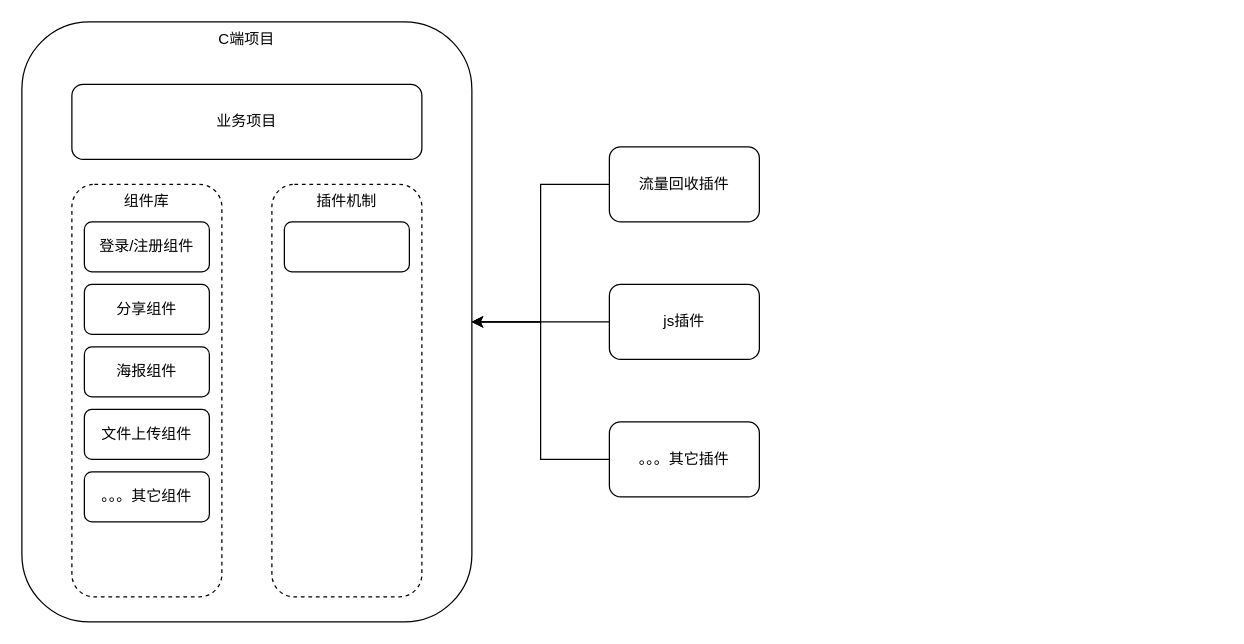
Earlier version of the draw.io diagram fe plugin.drawio (nicejacket/uml). Source tidied: cells renumbered, new cells numbered last; positions are measured from the earlier drawing's top-left corner, leaving out a move shared by most shapes. Both pictures are drawn from the tidied source at 125%, with x=0, y=0 at pixel (21, 21).
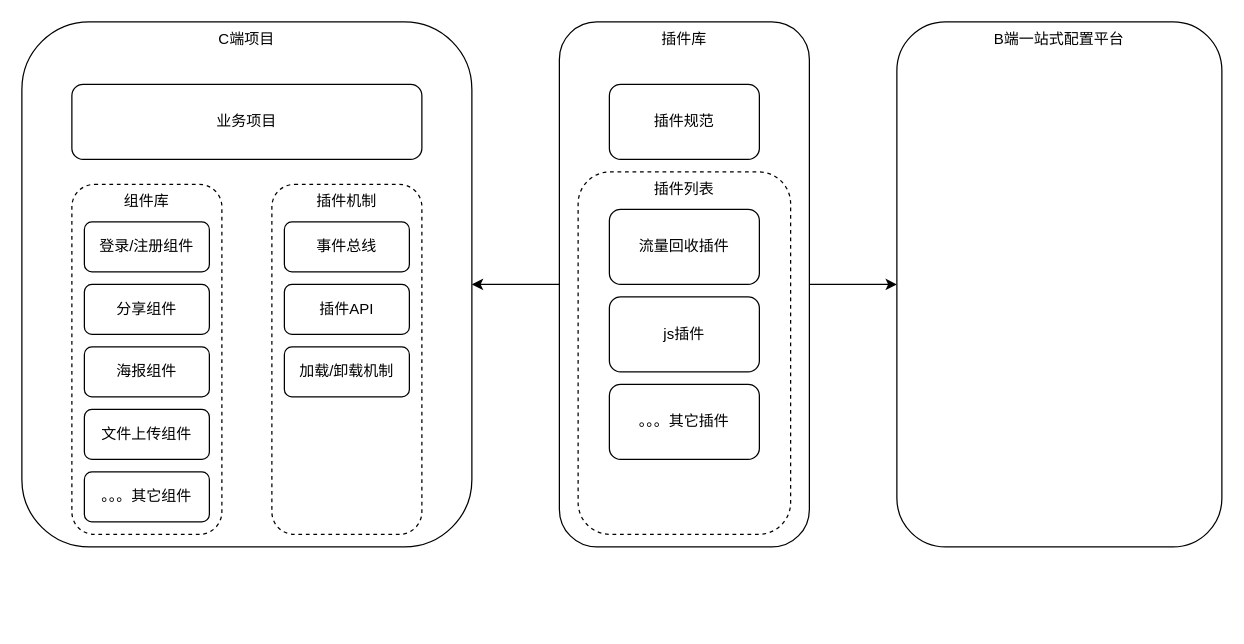
Above is the later version.

Diff of the diagram source:
```diff
@@
     <mxCell id="2" value="C端项目" style="rounded=1;whiteSpace=wrap;html=1;verticalAlign=top;" parent="1" vertex="1">
-      <mxGeometry width="360" height="480" as="geometry" />
+      <mxGeometry width="360" height="420" as="geometry" />
     </mxCell>
@@
     <mxCell id="4" value="组件库" style="rounded=1;whiteSpace=wrap;html=1;dashed=1;verticalAlign=top;" parent="1" vertex="1">
-      <mxGeometry x="40" y="130" width="120" height="330" as="geometry" />
+      <mxGeometry x="40" y="130" width="120" height="280" as="geometry" />
     </mxCell>
-    <mxCell id="5" style="edgeStyle=orthogonalEdgeStyle;rounded=0;jettySize=auto;html=1;entryX=1;entryY=0.5;entryDx=0;entryDy=0;" parent="1" edge="1" source="6" target="2">
-      <mxGeometry relative="1" as="geometry" />
-    </mxCell>
-    <mxCell id="6" value="流量回收插件" style="rounded=1;whiteSpace=wrap;html=1;" parent="1" vertex="1">
-      <mxGeometry x="470" y="100" width="120" height="60" as="geometry" />
-    </mxCell>
-    <mxCell id="7" style="edgeStyle=orthogonalEdgeStyle;rounded=0;jettySize=auto;html=1;exitX=0;exitY=0.5;exitDx=0;exitDy=0;" parent="1" edge="1" source="8">
-      <mxGeometry relative="1" as="geometry">
-        <mxPoint x="360" y="240" as="targetPoint" />
-      </mxGeometry>
-    </mxCell>
-    <mxCell id="8" value="js插件" style="rounded=1;whiteSpace=wrap;html=1;" parent="1" vertex="1">
-      <mxGeometry x="470" y="210" width="120" height="60" as="geometry" />
-    </mxCell>
-    <mxCell id="9" style="edgeStyle=orthogonalEdgeStyle;rounded=0;jettySize=auto;html=1;exitX=0;exitY=0.5;exitDx=0;exitDy=0;entryX=1;entryY=0.5;entryDx=0;entryDy=0;" parent="1" edge="1" source="10" target="2">
-      <mxGeometry relative="1" as="geometry" />
-    </mxCell>
-    <mxCell id="10" value="。。。其它插件" style="rounded=1;whiteSpace=wrap;html=1;" parent="1" vertex="1">
-      <mxGeometry x="470" y="320" width="120" height="60" as="geometry" />
-    </mxCell>
@@
     <mxCell id="16" value="插件机制" style="rounded=1;whiteSpace=wrap;html=1;dashed=1;verticalAlign=top;" parent="1" vertex="1">
-      <mxGeometry x="200" y="130" width="120" height="330" as="geometry" />
+      <mxGeometry x="200" y="130" width="120" height="280" as="geometry" />
     </mxCell>
-    <mxCell id="17" style="rounded=1;whiteSpace=wrap;html=1;" parent="1" vertex="1">
+    <mxCell id="17" value="事件总线" style="rounded=1;whiteSpace=wrap;html=1;" parent="1" vertex="1">
       <mxGeometry x="210" y="160" width="100" height="40" as="geometry" />
     </mxCell>
+    <mxCell id="18" value="插件API" style="rounded=1;whiteSpace=wrap;html=1;" parent="1" vertex="1">
+      <mxGeometry x="210" y="210" width="100" height="40" as="geometry" />
+    </mxCell>
+    <mxCell id="19" value="加载/卸载机制" style="rounded=1;whiteSpace=wrap;html=1;" parent="1" vertex="1">
+      <mxGeometry x="210" y="260" width="100" height="40" as="geometry" />
+    </mxCell>
+    <mxCell id="20" style="edgeStyle=orthogonalEdgeStyle;rounded=0;jettySize=auto;html=1;exitX=0;exitY=0.5;exitDx=0;exitDy=0;entryX=1;entryY=0.5;entryDx=0;entryDy=0;" parent="1" edge="1" source="22" target="2">
+      <mxGeometry relative="1" as="geometry" />
+    </mxCell>
+    <mxCell id="21" style="edgeStyle=orthogonalEdgeStyle;rounded=0;jettySize=auto;html=1;entryX=0;entryY=0.5;entryDx=0;entryDy=0;" parent="1" edge="1" source="22" target="23">
+      <mxGeometry relative="1" as="geometry" />
+    </mxCell>
+    <mxCell id="22" value="插件库" style="rounded=1;whiteSpace=wrap;html=1;verticalAlign=top;" parent="1" vertex="1">
+      <mxGeometry x="430" width="200" height="420" as="geometry" />
+    </mxCell>
+    <mxCell id="23" value="B端一站式配置平台" style="rounded=1;whiteSpace=wrap;html=1;verticalAlign=top;" parent="1" vertex="1">
+      <mxGeometry x="700" width="260" height="420" as="geometry" />
+    </mxCell>
+    <mxCell id="24" value="插件规范" style="rounded=1;whiteSpace=wrap;html=1;" parent="1" vertex="1">
+      <mxGeometry x="470" y="50" width="120" height="60" as="geometry" />
+    </mxCell>
+    <mxCell id="25" value="插件列表" style="rounded=1;whiteSpace=wrap;html=1;dashed=1;verticalAlign=top;" parent="1" vertex="1">
+      <mxGeometry x="445" y="120" width="170" height="290" as="geometry" />
+    </mxCell>
+    <mxCell id="6" value="流量回收插件" style="rounded=1;whiteSpace=wrap;html=1;" parent="1" vertex="1">
+      <mxGeometry x="470" y="150" width="120" height="60" as="geometry" />
+    </mxCell>
+    <mxCell id="8" value="js插件" style="rounded=1;whiteSpace=wrap;html=1;" parent="1" vertex="1">
+      <mxGeometry x="470" y="220" width="120" height="60" as="geometry" />
+    </mxCell>
+    <mxCell id="10" value="。。。其它插件" style="rounded=1;whiteSpace=wrap;html=1;" parent="1" vertex="1">
+      <mxGeometry x="470" y="290" width="120" height="60" as="geometry" />
+    </mxCell>
```
